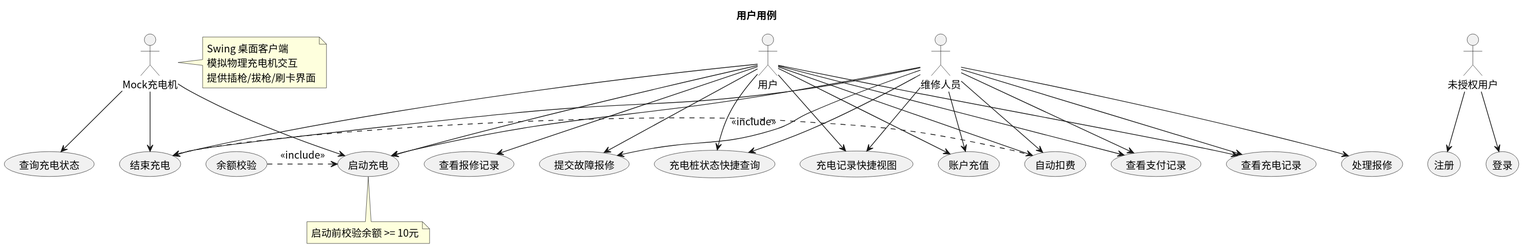
greenhandzdl/charging-station-doc keeps this PlantUML diagram as usecase/docs/overview/img/user_usecases.svg. Above is the earlier version.
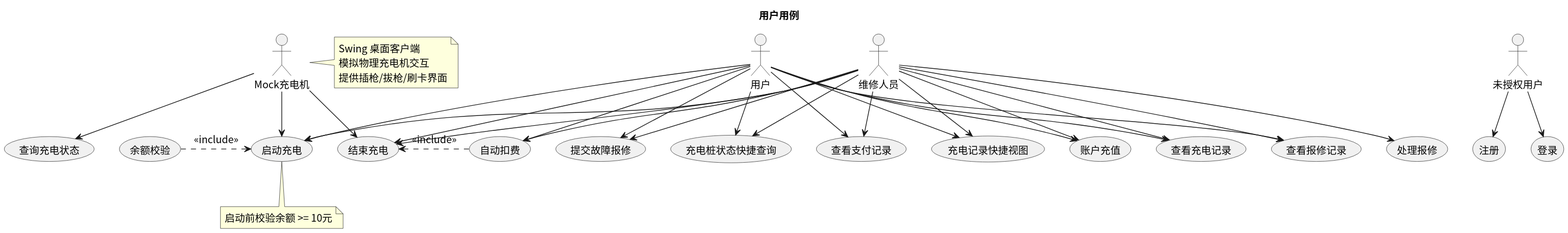
Later version of the same file.

The edit, as a diff of the source:
```diff
@@ -49,6 +49,7 @@
 M --> HR
 M --> QV
 M --> QC
+M --> VR
 MC --> CS
 MC --> EC
 MC --> QC_CM
```
